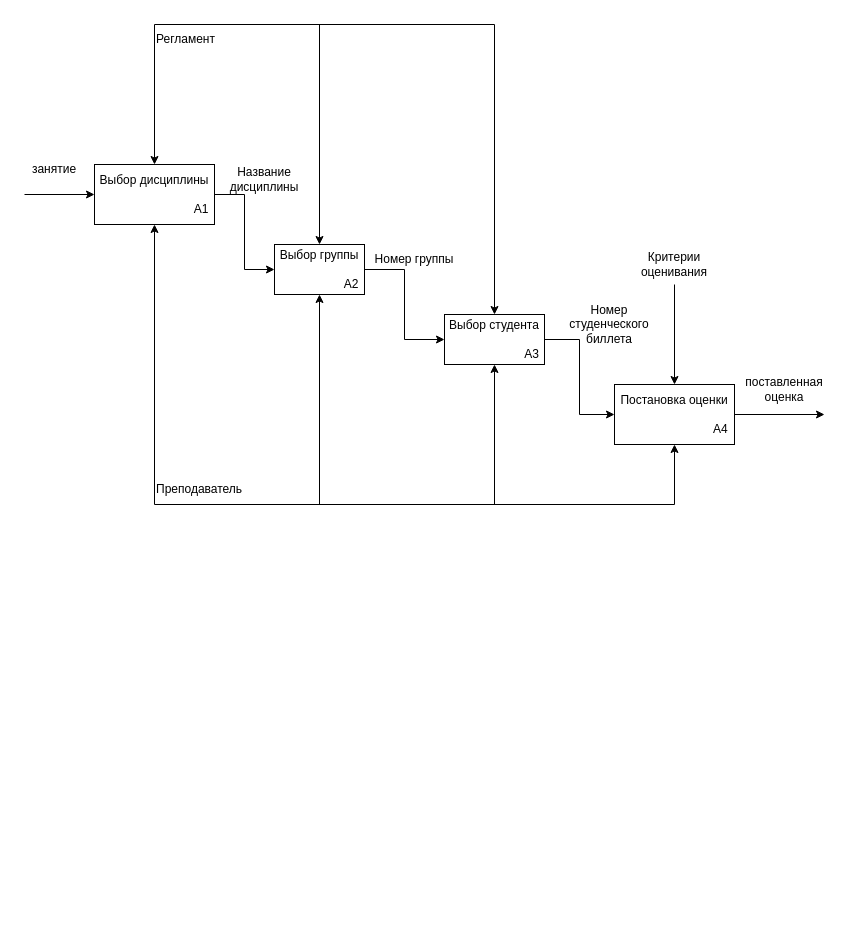
This is IDEF.drawio from PaulMatthewss/PP2, a draw.io file, before an edit. Source tidied: cells renumbered, new cells numbered last; positions are measured from the earlier drawing's top-left corner, leaving out a move shared by most shapes. Both pictures are drawn from the tidied source at 100%, with x=0, y=0 at pixel (24, 24).
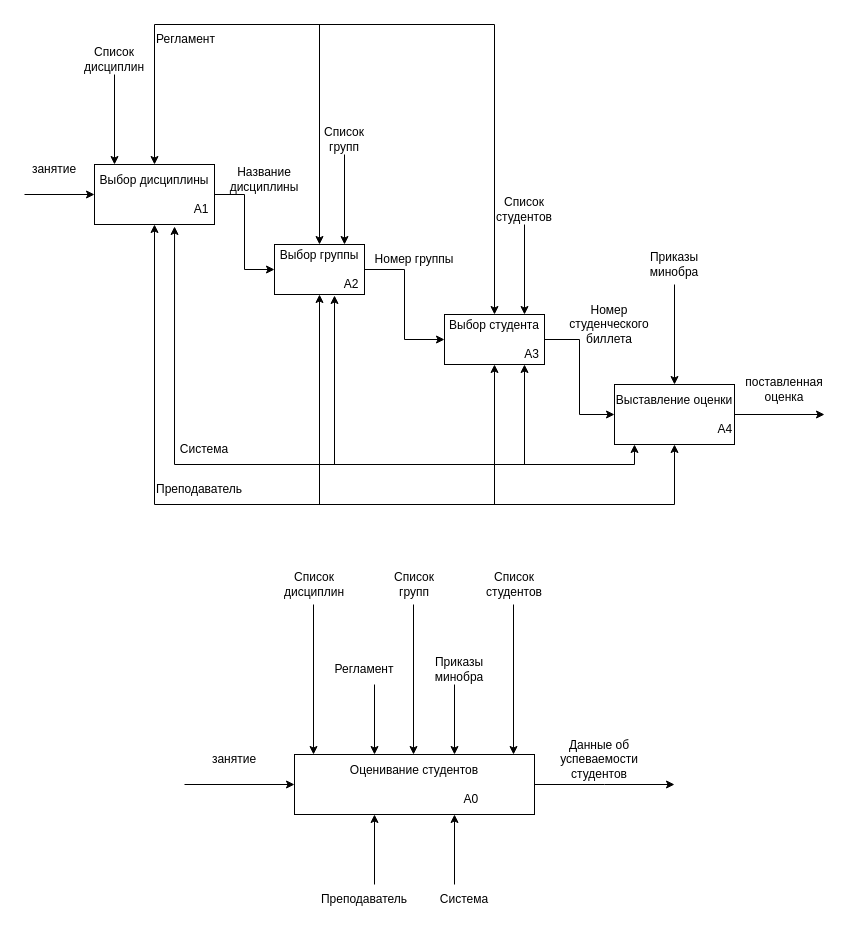
The same page after the edit.

The change refers to these unchanged cells:
```xml
<mxCell id="5" value="Выбор дисциплины&lt;br&gt;&lt;br&gt;&lt;div style=&quot;text-align: right;&quot;&gt;&lt;span style=&quot;background-color: initial; white-space: pre;&quot;&gt;&#9;&lt;/span&gt;&lt;span style=&quot;background-color: initial; white-space: pre;&quot;&gt;&#9;&lt;/span&gt;&lt;span style=&quot;background-color: initial;&quot;&gt;A1&lt;/span&gt;&lt;/div&gt;" style="rounded=0;whiteSpace=wrap;html=1;align=center;" parent="1" vertex="1">
  <mxGeometry x="70" y="140" width="120" height="60" as="geometry" />
</mxCell>
```

The edit, as a diff of the source:
```diff
@@
-    <mxCell id="8" value="Постановка оценки&lt;br style=&quot;border-color: var(--border-color);&quot;&gt;&lt;br style=&quot;border-color: var(--border-color);&quot;&gt;&lt;div style=&quot;border-color: var(--border-color); text-align: right;&quot;&gt;&lt;span style=&quot;white-space: pre;&quot;&gt;&amp;nbsp;&amp;nbsp;&amp;nbsp;&amp;nbsp;&lt;/span&gt;&lt;span style=&quot;border-color: var(--border-color); background-color: initial;&quot;&gt;&lt;span style=&quot;white-space: pre;&quot;&gt;&amp;nbsp;&amp;nbsp;&amp;nbsp;&amp;nbsp;&lt;/span&gt;&lt;/span&gt;&lt;span style=&quot;border-color: var(--border-color); background-color: initial;&quot;&gt;A4&lt;/span&gt;&lt;/div&gt;" style="rounded=0;whiteSpace=wrap;html=1;" parent="1" vertex="1">
+    <mxCell id="8" value="Выставление оценки&lt;br style=&quot;border-color: var(--border-color);&quot;&gt;&lt;br style=&quot;border-color: var(--border-color);&quot;&gt;&lt;div style=&quot;border-color: var(--border-color); text-align: right;&quot;&gt;&lt;span style=&quot;white-space: pre;&quot;&gt;&amp;nbsp;&amp;nbsp;&amp;nbsp;&amp;nbsp;&lt;/span&gt;&lt;span style=&quot;border-color: var(--border-color); background-color: initial;&quot;&gt;&lt;span style=&quot;white-space: pre;&quot;&gt;&amp;nbsp;&amp;nbsp;&amp;nbsp;&amp;nbsp;&lt;/span&gt;&lt;/span&gt;&lt;span style=&quot;border-color: var(--border-color); background-color: initial;&quot;&gt;A4&lt;/span&gt;&lt;/div&gt;" style="rounded=0;whiteSpace=wrap;html=1;" parent="1" vertex="1">
       <mxGeometry x="590" y="360" width="120" height="60" as="geometry" />
     </mxCell>
@@
-    <mxCell id="23" value="Критерии оценивания" style="text;html=1;align=center;verticalAlign=middle;whiteSpace=wrap;rounded=0;" parent="1" vertex="1">
+    <mxCell id="23" value="Приказы минобра" style="text;html=1;align=center;verticalAlign=middle;whiteSpace=wrap;rounded=0;" parent="1" vertex="1">
       <mxGeometry x="605" y="220" width="90" height="40" as="geometry" />
     </mxCell>
@@
+    <mxCell id="29" value="Система" style="text;html=1;align=center;verticalAlign=middle;whiteSpace=wrap;rounded=0;" parent="1" vertex="1">
+      <mxGeometry x="150" y="410" width="60" height="30" as="geometry" />
+    </mxCell>
+    <mxCell id="30" style="endArrow=none;html=1;rounded=0;exitX=0;exitY=1;exitDx=0;exitDy=0;" parent="1" edge="1" source="29">
+      <mxGeometry relative="1" as="geometry">
+        <mxPoint x="610" y="440" as="targetPoint" />
+      </mxGeometry>
+    </mxCell>
+    <mxCell id="31" style="endArrow=classic;html=1;rounded=0;exitX=0;exitY=1;exitDx=0;exitDy=0;entryX=0.667;entryY=1.033;entryDx=0;entryDy=0;entryPerimeter=0;" parent="1" edge="1" source="29" target="5">
+      <mxGeometry relative="1" as="geometry" />
+    </mxCell>
+    <mxCell id="32" style="endArrow=classic;html=1;rounded=0;entryX=0.667;entryY=1.033;entryDx=0;entryDy=0;entryPerimeter=0;" parent="1" edge="1">
+      <mxGeometry relative="1" as="geometry">
+        <mxPoint x="310" y="440" as="sourcePoint" />
+        <mxPoint x="310" y="271" as="targetPoint" />
+      </mxGeometry>
+    </mxCell>
+    <mxCell id="33" style="endArrow=classic;html=1;rounded=0;entryX=0.667;entryY=1.033;entryDx=0;entryDy=0;entryPerimeter=0;" parent="1" edge="1">
+      <mxGeometry relative="1" as="geometry">
+        <mxPoint x="500" y="440" as="sourcePoint" />
+        <mxPoint x="500" y="340" as="targetPoint" />
+      </mxGeometry>
+    </mxCell>
+    <mxCell id="34" style="endArrow=classic;html=1;rounded=0;entryX=0.667;entryY=1.033;entryDx=0;entryDy=0;entryPerimeter=0;" parent="1" edge="1">
+      <mxGeometry relative="1" as="geometry">
+        <mxPoint x="610" y="440" as="sourcePoint" />
+        <mxPoint x="610" y="420" as="targetPoint" />
+      </mxGeometry>
+    </mxCell>
+    <mxCell id="35" style="endArrow=classic;html=1;rounded=0;entryX=0.667;entryY=1.033;entryDx=0;entryDy=0;entryPerimeter=0;" parent="1" edge="1">
+      <mxGeometry relative="1" as="geometry">
+        <mxPoint x="90" y="50" as="sourcePoint" />
+        <mxPoint x="90" y="140" as="targetPoint" />
+      </mxGeometry>
+    </mxCell>
+    <mxCell id="36" style="endArrow=classic;html=1;rounded=0;entryX=0.667;entryY=1.033;entryDx=0;entryDy=0;entryPerimeter=0;" parent="1" edge="1">
+      <mxGeometry relative="1" as="geometry">
+        <mxPoint x="320" y="130" as="sourcePoint" />
+        <mxPoint x="320" y="220" as="targetPoint" />
+      </mxGeometry>
+    </mxCell>
+    <mxCell id="37" style="endArrow=classic;html=1;rounded=0;entryX=0.667;entryY=1.033;entryDx=0;entryDy=0;entryPerimeter=0;" parent="1" edge="1">
+      <mxGeometry relative="1" as="geometry">
+        <mxPoint x="500" y="200" as="sourcePoint" />
+        <mxPoint x="500" y="290" as="targetPoint" />
+      </mxGeometry>
+    </mxCell>
+    <mxCell id="38" value="Список дисциплин" style="text;html=1;align=center;verticalAlign=middle;whiteSpace=wrap;rounded=0;" parent="1" vertex="1">
+      <mxGeometry x="60" y="20" width="60" height="30" as="geometry" />
+    </mxCell>
+    <mxCell id="39" value="Список групп" style="text;html=1;align=center;verticalAlign=middle;whiteSpace=wrap;rounded=0;" parent="1" vertex="1">
+      <mxGeometry x="290" y="100" width="60" height="30" as="geometry" />
+    </mxCell>
+    <mxCell id="40" value="Список студентов" style="text;html=1;align=center;verticalAlign=middle;whiteSpace=wrap;rounded=0;" parent="1" vertex="1">
+      <mxGeometry x="470" y="170" width="60" height="30" as="geometry" />
+    </mxCell>
+    <mxCell id="41" style="edgeStyle=orthogonalEdgeStyle;rounded=0;jettySize=auto;html=1;" parent="1" edge="1" source="42">
+      <mxGeometry relative="1" as="geometry">
+        <mxPoint x="650" y="760" as="targetPoint" />
+      </mxGeometry>
+    </mxCell>
+    <mxCell id="42" value="Оценивание студентов&lt;br&gt;&lt;br&gt;&lt;div style=&quot;text-align: right;&quot;&gt;&lt;span style=&quot;background-color: initial; white-space: pre;&quot;&gt;&#9;&lt;/span&gt;&lt;span style=&quot;background-color: initial; white-space: pre;&quot;&gt;&#9;&lt;/span&gt;&lt;span style=&quot;background-color: initial;&quot;&gt;A0&lt;/span&gt;&lt;/div&gt;" style="rounded=0;whiteSpace=wrap;html=1;align=center;" parent="1" vertex="1">
+      <mxGeometry x="270" y="730" width="240" height="60" as="geometry" />
+    </mxCell>
+    <mxCell id="43" style="endArrow=classic;html=1;rounded=0;" parent="1" edge="1" target="42">
+      <mxGeometry relative="1" as="geometry">
+        <mxPoint x="160" y="760" as="sourcePoint" />
+      </mxGeometry>
+    </mxCell>
+    <mxCell id="44" value="занятие" style="text;html=1;align=center;verticalAlign=middle;whiteSpace=wrap;rounded=0;" parent="1" vertex="1">
+      <mxGeometry x="180" y="720" width="60" height="30" as="geometry" />
+    </mxCell>
+    <mxCell id="45" value="Данные об успеваемости студентов" style="text;html=1;align=center;verticalAlign=middle;whiteSpace=wrap;rounded=0;" parent="1" vertex="1">
+      <mxGeometry x="520" y="710" width="110" height="50" as="geometry" />
+    </mxCell>
+    <mxCell id="46" style="endArrow=classic;html=1;rounded=0;" parent="1" edge="1">
+      <mxGeometry relative="1" as="geometry">
+        <mxPoint x="350" y="860" as="sourcePoint" />
+        <mxPoint x="350" y="790" as="targetPoint" />
+      </mxGeometry>
+    </mxCell>
+    <mxCell id="47" style="endArrow=classic;html=1;rounded=0;" parent="1" edge="1">
+      <mxGeometry relative="1" as="geometry">
+        <mxPoint x="430" y="860" as="sourcePoint" />
+        <mxPoint x="430" y="790" as="targetPoint" />
+      </mxGeometry>
+    </mxCell>
+    <mxCell id="48" value="Преподаватель" style="text;html=1;align=center;verticalAlign=middle;whiteSpace=wrap;rounded=0;" parent="1" vertex="1">
+      <mxGeometry x="310" y="860" width="60" height="30" as="geometry" />
+    </mxCell>
+    <mxCell id="49" value="Система" style="text;html=1;align=center;verticalAlign=middle;whiteSpace=wrap;rounded=0;" parent="1" vertex="1">
+      <mxGeometry x="410" y="860" width="60" height="30" as="geometry" />
+    </mxCell>
+    <mxCell id="50" style="endArrow=classic;html=1;rounded=0;" parent="1" edge="1">
+      <mxGeometry relative="1" as="geometry">
+        <mxPoint x="350" y="660" as="sourcePoint" />
+        <mxPoint x="350" y="730" as="targetPoint" />
+      </mxGeometry>
+    </mxCell>
+    <mxCell id="51" style="endArrow=classic;html=1;rounded=0;" parent="1" edge="1">
+      <mxGeometry relative="1" as="geometry">
+        <mxPoint x="430" y="660" as="sourcePoint" />
+        <mxPoint x="430" y="730" as="targetPoint" />
+      </mxGeometry>
+    </mxCell>
+    <mxCell id="52" value="Регламент" style="text;html=1;align=center;verticalAlign=middle;whiteSpace=wrap;rounded=0;" parent="1" vertex="1">
+      <mxGeometry x="310" y="630" width="60" height="30" as="geometry" />
+    </mxCell>
+    <mxCell id="53" value="Приказы минобра" style="text;html=1;align=center;verticalAlign=middle;whiteSpace=wrap;rounded=0;" parent="1" vertex="1">
+      <mxGeometry x="390" y="625" width="90" height="40" as="geometry" />
+    </mxCell>
+    <mxCell id="54" style="endArrow=classic;html=1;rounded=0;" parent="1" edge="1">
+      <mxGeometry relative="1" as="geometry">
+        <mxPoint x="389" y="580" as="sourcePoint" />
+        <mxPoint x="389" y="730" as="targetPoint" />
+      </mxGeometry>
+    </mxCell>
+    <mxCell id="55" value="Список групп" style="text;html=1;align=center;verticalAlign=middle;whiteSpace=wrap;rounded=0;" parent="1" vertex="1">
+      <mxGeometry x="360" y="545" width="60" height="30" as="geometry" />
+    </mxCell>
+    <mxCell id="56" style="endArrow=classic;html=1;rounded=0;" parent="1" edge="1">
+      <mxGeometry relative="1" as="geometry">
+        <mxPoint x="289" y="580" as="sourcePoint" />
+        <mxPoint x="289" y="730" as="targetPoint" />
+      </mxGeometry>
+    </mxCell>
+    <mxCell id="57" value="Список дисциплин" style="text;html=1;align=center;verticalAlign=middle;whiteSpace=wrap;rounded=0;" parent="1" vertex="1">
+      <mxGeometry x="260" y="545" width="60" height="30" as="geometry" />
+    </mxCell>
+    <mxCell id="58" style="endArrow=classic;html=1;rounded=0;" parent="1" edge="1">
+      <mxGeometry relative="1" as="geometry">
+        <mxPoint x="489" y="580" as="sourcePoint" />
+        <mxPoint x="489" y="730" as="targetPoint" />
+      </mxGeometry>
+    </mxCell>
+    <mxCell id="59" value="Список студентов" style="text;html=1;align=center;verticalAlign=middle;whiteSpace=wrap;rounded=0;" parent="1" vertex="1">
+      <mxGeometry x="460" y="545" width="60" height="30" as="geometry" />
+    </mxCell>
```
